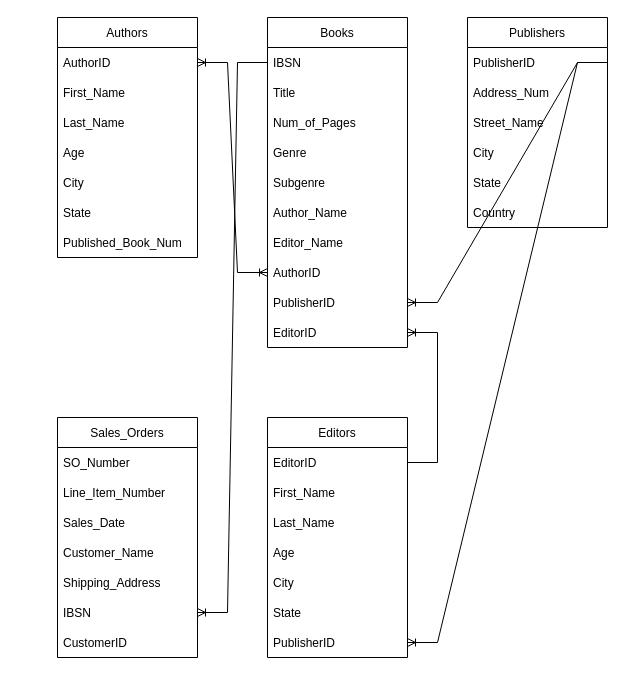
Before: Untitled Diagram.drawio in jasonteno/pset2, a draw.io diagram. Source tidied: cells renumbered, new cells numbered last; positions are measured from the earlier drawing's top-left corner, leaving out a move shared by most shapes. Both pictures are drawn from the tidied source at 100%, with x=0, y=0 at pixel (57, 17).
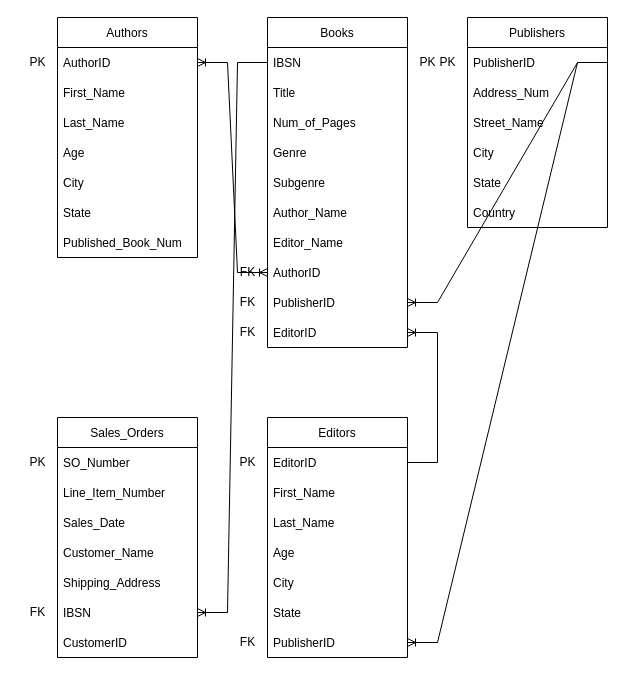
After the change.

What changed in the source:
```diff
@@
+    <mxCell id="49" value="PK" style="text;html=1;align=center;verticalAlign=middle;strokeColor=none;fillColor=none;" parent="1" vertex="1">
+      <mxGeometry x="-40" y="30" width="40" height="30" as="geometry" />
+    </mxCell>
+    <mxCell id="50" value="PK" style="text;html=1;align=center;verticalAlign=middle;strokeColor=none;fillColor=none;" parent="1" vertex="1">
+      <mxGeometry x="-40" y="430" width="40" height="30" as="geometry" />
+    </mxCell>
+    <mxCell id="51" value="PK" style="text;html=1;align=center;verticalAlign=middle;strokeColor=none;fillColor=none;" parent="1" vertex="1">
+      <mxGeometry x="350" y="30" width="40" height="30" as="geometry" />
+    </mxCell>
+    <mxCell id="52" value="PK" style="text;html=1;align=center;verticalAlign=middle;strokeColor=none;fillColor=none;" parent="1" vertex="1">
+      <mxGeometry x="370" y="30" width="40" height="30" as="geometry" />
+    </mxCell>
+    <mxCell id="53" value="PK" style="text;html=1;align=center;verticalAlign=middle;strokeColor=none;fillColor=none;" parent="1" vertex="1">
+      <mxGeometry x="170" y="430" width="40" height="30" as="geometry" />
+    </mxCell>
+    <mxCell id="54" value="FK" style="text;html=1;align=center;verticalAlign=middle;strokeColor=none;fillColor=none;" parent="1" vertex="1">
+      <mxGeometry x="170" y="610" width="40" height="30" as="geometry" />
+    </mxCell>
+    <mxCell id="55" value="FK" style="text;html=1;align=center;verticalAlign=middle;strokeColor=none;fillColor=none;" parent="1" vertex="1">
+      <mxGeometry x="170" y="300" width="40" height="30" as="geometry" />
+    </mxCell>
+    <mxCell id="56" value="FK" style="text;html=1;align=center;verticalAlign=middle;strokeColor=none;fillColor=none;" parent="1" vertex="1">
+      <mxGeometry x="170" y="270" width="40" height="30" as="geometry" />
+    </mxCell>
+    <mxCell id="57" value="FK" style="text;html=1;align=center;verticalAlign=middle;strokeColor=none;fillColor=none;" parent="1" vertex="1">
+      <mxGeometry x="170" y="240" width="40" height="30" as="geometry" />
+    </mxCell>
+    <mxCell id="58" value="FK" style="text;html=1;align=center;verticalAlign=middle;strokeColor=none;fillColor=none;" parent="1" vertex="1">
+      <mxGeometry x="-40" y="580" width="40" height="30" as="geometry" />
+    </mxCell>
```
